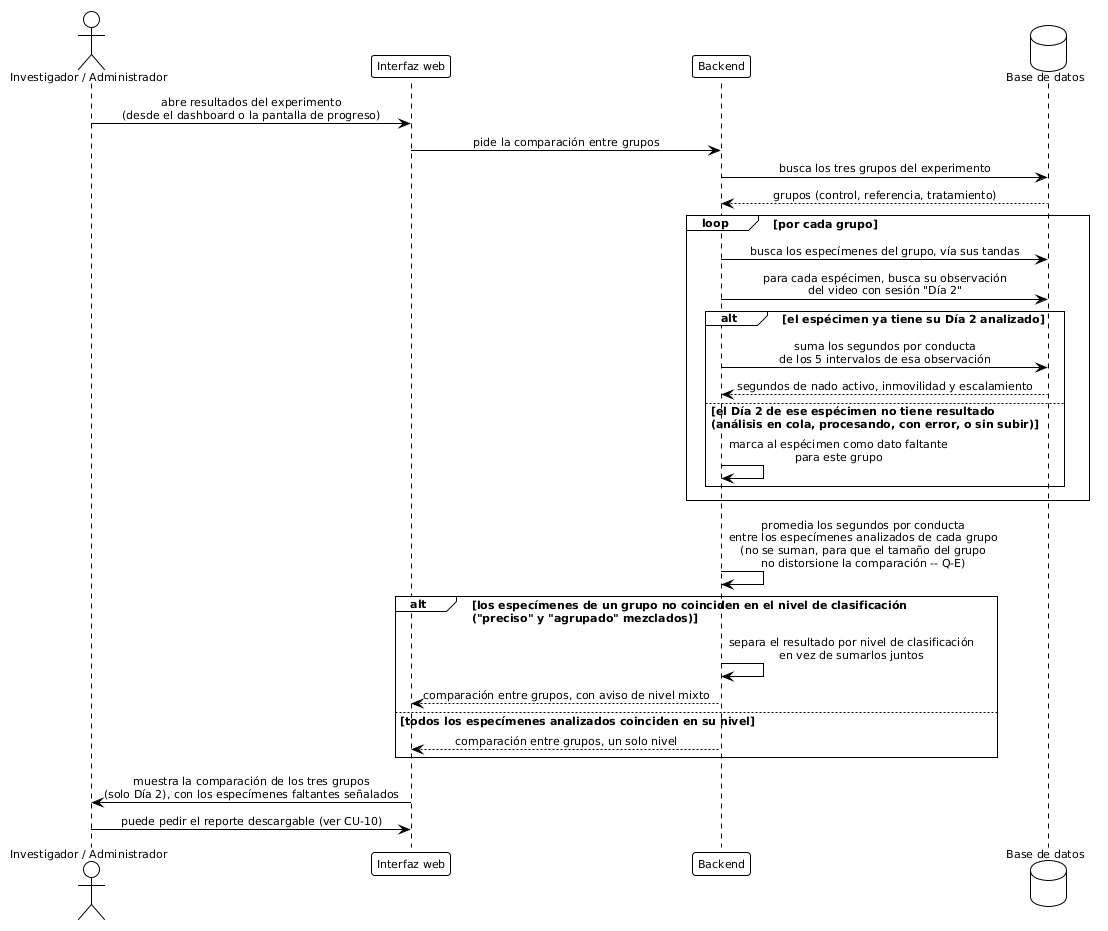
Above: figures/mermaid/seq_consulta_resultados.png in ErickJester/fst-ai-system-latex (PlantUML), before the change.
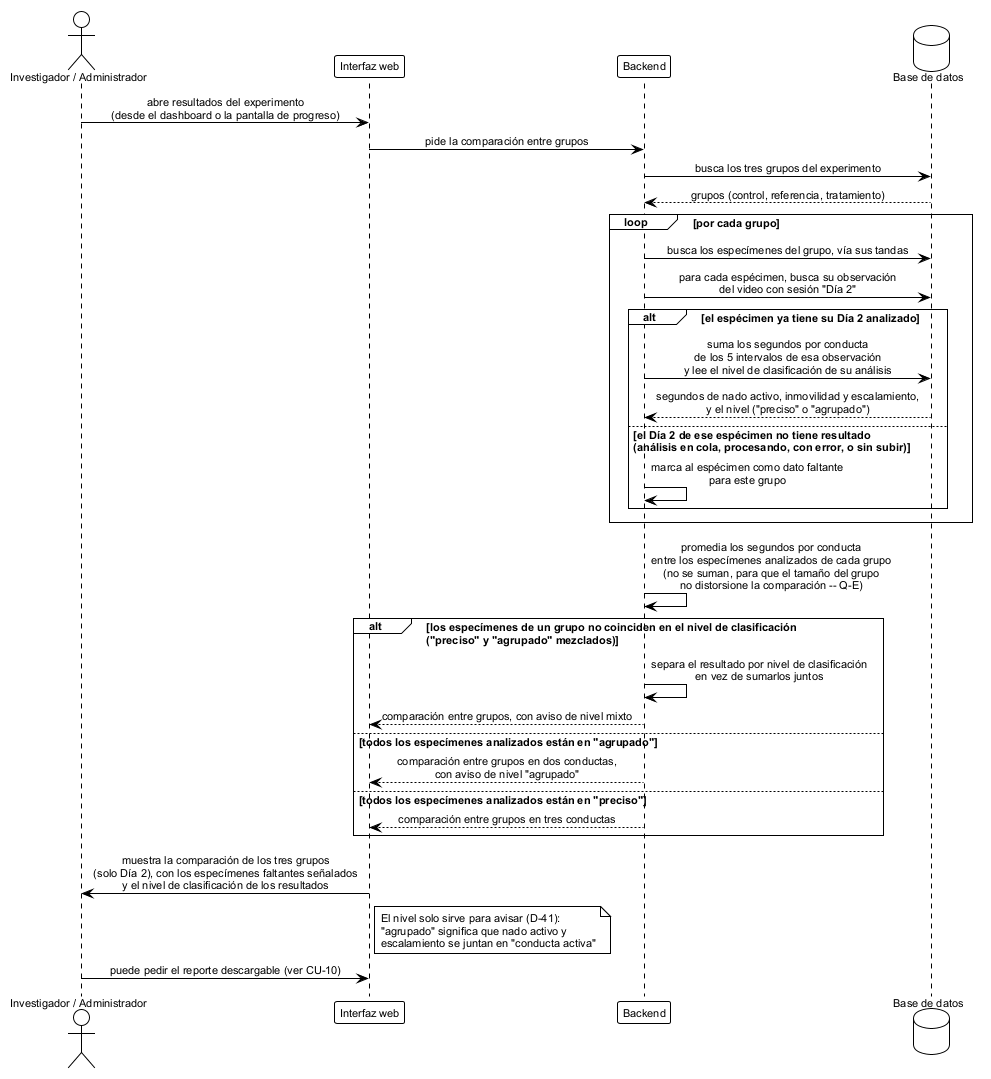
Above is the later version.

Diff of the diagram source:
```diff
@@ -1,4 +1,4 @@
-@startuml
+@startuml seq_consulta_resultados
 
 !theme plain
 skinparam defaultFontName Arial
@@ -23,8 +23,8 @@
   api -> db: para cada espécimen, busca su observación\ndel video con sesión "Día 2"
 
   alt el espécimen ya tiene su Día 2 analizado
-    api -> db: suma los segundos por conducta\nde los 5 intervalos de esa observación
-    db --> api: segundos de nado activo, inmovilidad y escalamiento
+    api -> db: suma los segundos por conducta\nde los 5 intervalos de esa observación\ny lee el nivel de clasificación de su análisis
+    db --> api: segundos de nado activo, inmovilidad y escalamiento,\ny el nivel ("preciso" o "agrupado")
   else el Día 2 de ese espécimen no tiene resultado\n(análisis en cola, procesando, con error, o sin subir)
     api -> api: marca al espécimen como dato faltante\npara este grupo
   end
@@ -35,10 +35,18 @@
 alt los especímenes de un grupo no coinciden en el nivel de clasificación\n("preciso" y "agrupado" mezclados)
   api -> api: separa el resultado por nivel de clasificación\nen vez de sumarlos juntos
   api --> ui: comparación entre grupos, con aviso de nivel mixto
-else todos los especímenes analizados coinciden en su nivel
-  api --> ui: comparación entre grupos, un solo nivel
+else todos los especímenes analizados están en "agrupado"
+  api --> ui: comparación entre grupos en dos conductas,\ncon aviso de nivel "agrupado"
+else todos los especímenes analizados están en "preciso"
+  api --> ui: comparación entre grupos en tres conductas
 end
 
-ui -> inv: muestra la comparación de los tres grupos\n(solo Día 2), con los especímenes faltantes señalados
+ui -> inv: muestra la comparación de los tres grupos\n(solo Día 2), con los especímenes faltantes señalados\ny el nivel de clasificación de los resultados
+note right of ui
+  El nivel solo sirve para avisar (D-41):
+  "agrupado" significa que nado activo y
+  escalamiento se juntan en "conducta activa"
+end note
 inv -> ui: puede pedir el reporte descargable (ver CU-10)
+
 @enduml
```
